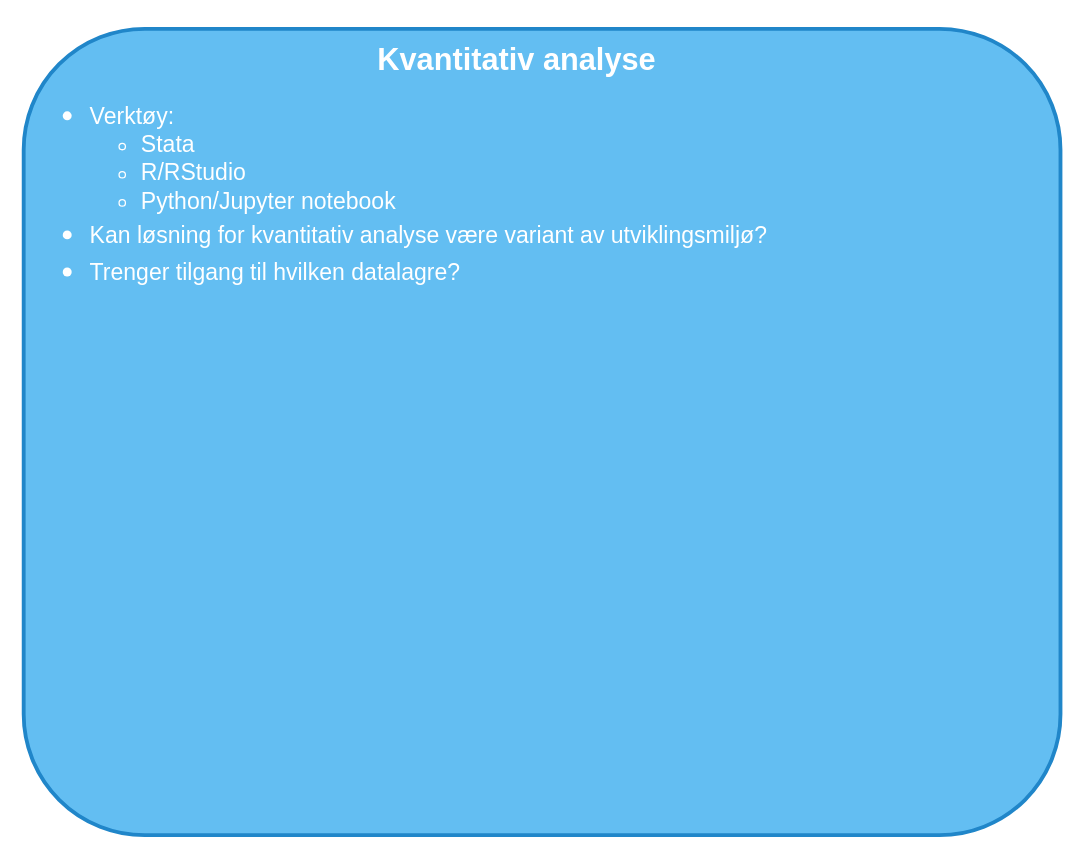
The draw.io diagram page "Kvantitativ analyse" (5 of 14) of .drawio in mortenee/draw.io, before the edit. Source tidied: cells renumbered, new cells numbered last; positions are measured from the earlier drawing's top-left corner, leaving out a move shared by most shapes. Both pictures are drawn from the tidied source at 128%, with x=0, y=0 at pixel (23, 28).
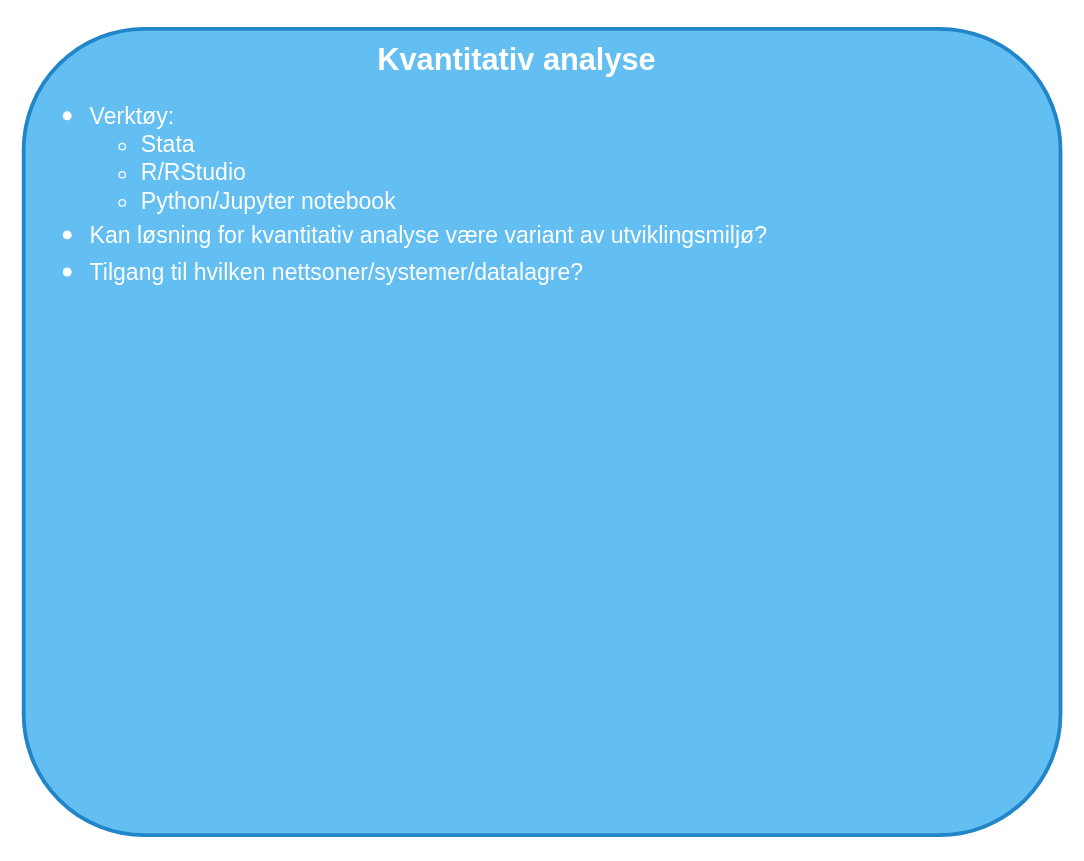
Above is the later version.

What changed in the source:
```diff
@@
 <mxGraphModel>
   <root>
     <mxCell id="0" />
     <mxCell id="1" parent="0" />
-    <mxCell id="2" value="&lt;h1 style=&quot;margin-top: 0px;&quot;&gt;&lt;div style=&quot;font-size: 18px;&quot;&gt;&lt;span style=&quot;font-weight: 400;&quot;&gt;&lt;br&gt;&lt;/span&gt;&lt;/div&gt;&lt;ul style=&quot;&quot;&gt;&lt;li&gt;&lt;span style=&quot;font-weight: 400; font-size: 18px; background-color: initial;&quot;&gt;Verktøy:&lt;/span&gt;&lt;/li&gt;&lt;ul style=&quot;font-size: 18px;&quot;&gt;&lt;li&gt;&lt;span style=&quot;font-weight: 400;&quot;&gt;Stata&lt;/span&gt;&lt;/li&gt;&lt;li&gt;&lt;span style=&quot;font-weight: 400;&quot;&gt;R/RStudio&lt;/span&gt;&lt;/li&gt;&lt;li&gt;&lt;span style=&quot;font-weight: 400;&quot;&gt;Python/Jupyter notebook&lt;/span&gt;&lt;/li&gt;&lt;/ul&gt;&lt;li&gt;&lt;span style=&quot;font-size: 18px; font-weight: 400;&quot;&gt;Kan løsning for kvantitativ analyse være variant av utviklingsmiljø?&lt;/span&gt;&lt;/li&gt;&lt;li&gt;&lt;span style=&quot;font-size: 18px; font-weight: 400;&quot;&gt;Trenger tilgang til hvilken datalagre?&lt;/span&gt;&lt;/li&gt;&lt;/ul&gt;&lt;/h1&gt;" style="text;html=1;whiteSpace=wrap;overflow=hidden;rounded=1;fillColor=#63bef2;strokeColor=#2086c9;fontColor=#ffffff;fontFamily=Helvetica;fontSize=12;labelBackgroundColor=none;glass=0;shadow=0;strokeWidth=3;spacingLeft=10;" parent="1" vertex="1">
+    <mxCell id="2" value="&lt;h1 style=&quot;margin-top: 0px;&quot;&gt;&lt;div style=&quot;font-size: 18px;&quot;&gt;&lt;span style=&quot;font-weight: 400;&quot;&gt;&lt;br&gt;&lt;/span&gt;&lt;/div&gt;&lt;ul style=&quot;&quot;&gt;&lt;li&gt;&lt;span style=&quot;font-weight: 400; font-size: 18px; background-color: initial;&quot;&gt;Verktøy:&lt;/span&gt;&lt;/li&gt;&lt;ul style=&quot;font-size: 18px;&quot;&gt;&lt;li&gt;&lt;span style=&quot;font-weight: 400;&quot;&gt;Stata&lt;/span&gt;&lt;/li&gt;&lt;li&gt;&lt;span style=&quot;font-weight: 400;&quot;&gt;R/RStudio&lt;/span&gt;&lt;/li&gt;&lt;li&gt;&lt;span style=&quot;font-weight: 400;&quot;&gt;Python/Jupyter notebook&lt;/span&gt;&lt;/li&gt;&lt;/ul&gt;&lt;li&gt;&lt;span style=&quot;font-size: 18px; font-weight: 400;&quot;&gt;Kan løsning for kvantitativ analyse være variant av utviklingsmiljø?&lt;/span&gt;&lt;/li&gt;&lt;li&gt;&lt;span style=&quot;font-size: 18px; font-weight: 400;&quot;&gt;Tilgang til hvilken nettsoner/systemer/datalagre?&lt;/span&gt;&lt;/li&gt;&lt;/ul&gt;&lt;/h1&gt;" style="text;html=1;whiteSpace=wrap;overflow=hidden;rounded=1;fillColor=#63bef2;strokeColor=#2086c9;fontColor=#ffffff;fontFamily=Helvetica;fontSize=12;labelBackgroundColor=none;glass=0;shadow=0;strokeWidth=3;spacingLeft=10;" parent="1" vertex="1">
       <mxGeometry width="810" height="630" as="geometry" />
     </mxCell>
     <mxCell id="3" value="&lt;h1&gt;Kvantitativ analyse&lt;/h1&gt;" style="text;html=1;align=center;verticalAlign=middle;rounded=0;fontColor=#FFFFFF;" parent="1" vertex="1">
       <mxGeometry x="320" y="10" width="130" height="30" as="geometry" />
     </mxCell>
   </root>
 </mxGraphModel>
```
